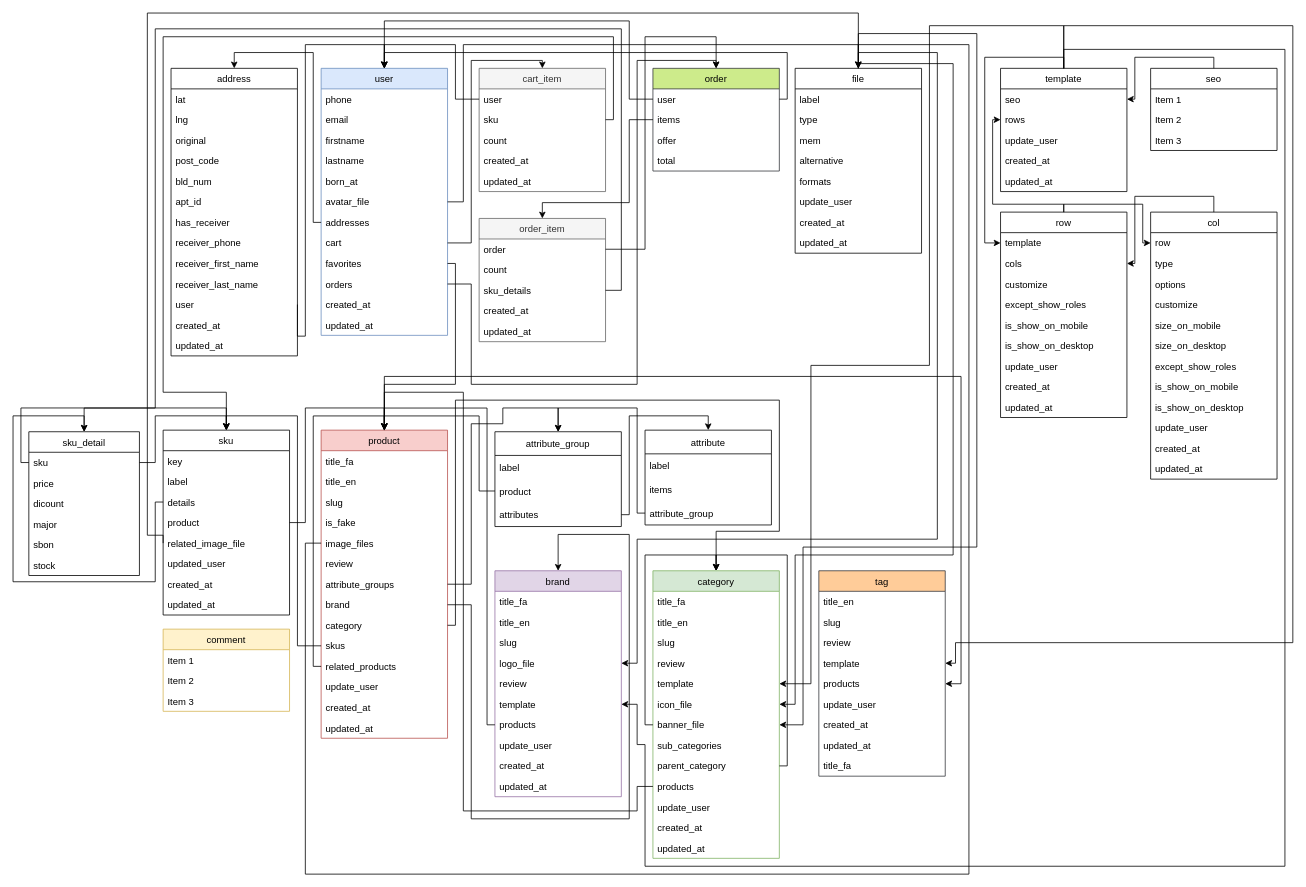
47vigen/47vigen keeps this draw.io diagram as Untitled Diagram.drawio. Above is the earlier version. Source tidied: cells renumbered, new cells numbered last; positions are measured from the earlier drawing's top-left corner, leaving out a move shared by most shapes. Both pictures are drawn from the tidied source at 79%, with x=0, y=0 at pixel (13, 13).
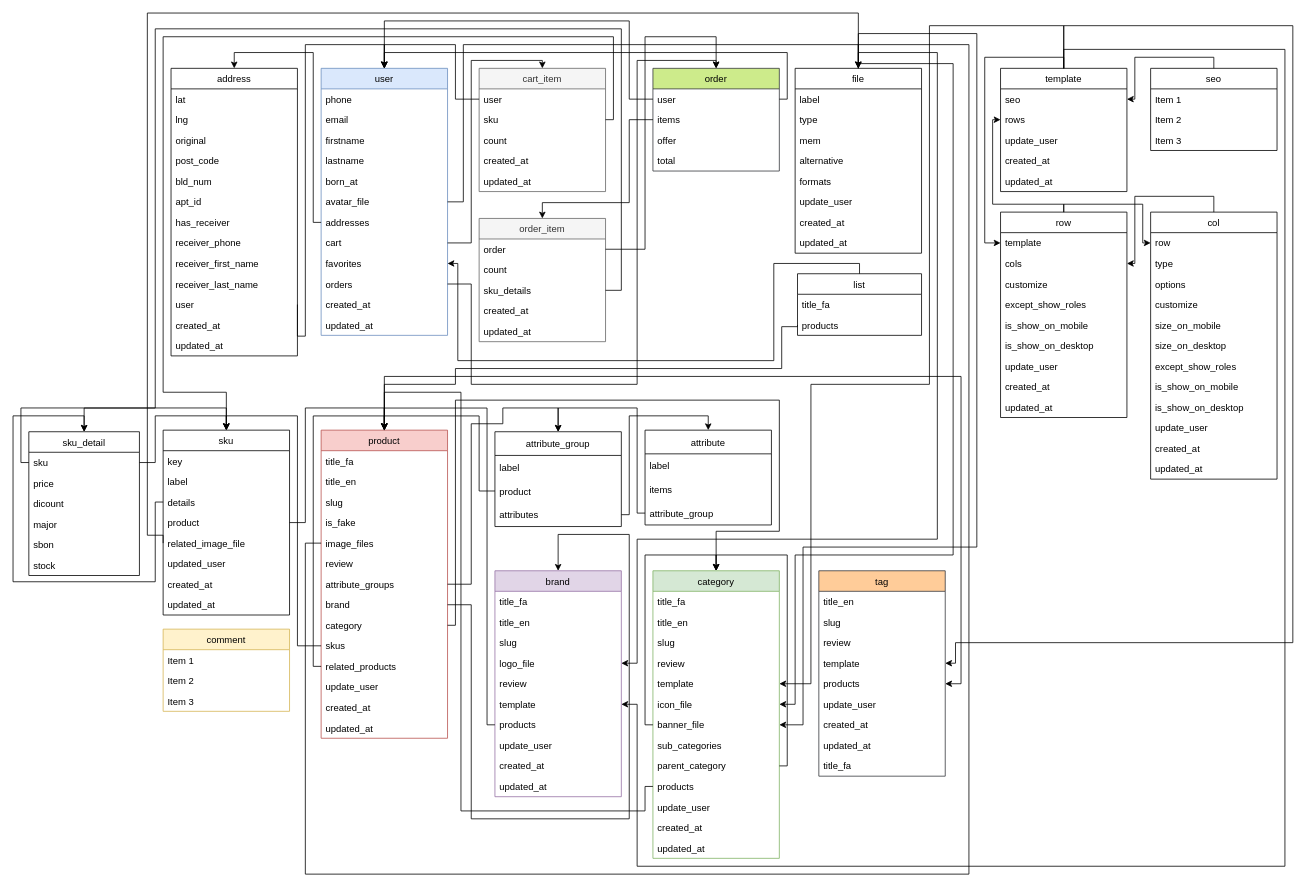
Above is the later version.

The change refers to these unchanged cells:
```xml
<mxCell id="7" value="template" style="text;strokeColor=none;fillColor=none;align=left;verticalAlign=top;spacingLeft=4;spacingRight=4;overflow=hidden;points=[[0,0.5],[1,0.5]];portConstraint=eastwest;" parent="2" vertex="1">
  <mxGeometry y="130" width="160" height="26" as="geometry" />
</mxCell>
<mxCell id="13" value="products" style="text;strokeColor=none;fillColor=none;align=left;verticalAlign=top;spacingLeft=4;spacingRight=4;overflow=hidden;points=[[0,0.5],[1,0.5]];portConstraint=eastwest;" parent="2" vertex="1">
  <mxGeometry y="260" width="160" height="26" as="geometry" />
</mxCell>
<mxCell id="28" value="template" style="text;strokeColor=none;fillColor=none;align=left;verticalAlign=top;spacingLeft=4;spacingRight=4;overflow=hidden;points=[[0,0.5],[1,0.5]];portConstraint=eastwest;" parent="22" vertex="1">
  <mxGeometry y="156" width="160" height="26" as="geometry" />
</mxCell>
<mxCell id="67" value="product" style="swimlane;fontStyle=0;horizontal=1;startSize=26;fillColor=#f8cecc;strokeColor=#b85450;" parent="1" vertex="1">
  <mxGeometry x="390" y="528" width="160" height="390" as="geometry" />
</mxCell>
<mxCell id="132" value="favorites" style="text;strokeColor=none;fillColor=none;align=left;verticalAlign=top;spacingLeft=4;spacingRight=4;overflow=hidden;points=[[0,0.5],[1,0.5]];portConstraint=eastwest;" parent="123" vertex="1">
  <mxGeometry y="234" width="160" height="26" as="geometry" />
</mxCell>
<mxCell id="168" value="template" style="swimlane;fontStyle=0;horizontal=1;startSize=26;fillColor=none;" parent="1" vertex="1">
  <mxGeometry x="1250" y="70" width="160" height="156" as="geometry" />
</mxCell>
```

The edit, as a diff of the source:
```diff
@@
     <mxCell id="102" style="edgeStyle=orthogonalEdgeStyle;rounded=0;jettySize=auto;html=1;exitX=0;exitY=0.5;exitDx=0;exitDy=0;entryX=0.5;entryY=0;entryDx=0;entryDy=0;" parent="1" edge="1" source="13" target="67">
       <mxGeometry relative="1" as="geometry">
         <Array as="points">
-          <mxPoint x="790" y="979" />
-          <mxPoint x="790" y="1010" />
-          <mxPoint x="570" y="1010" />
-          <mxPoint x="570" y="480" />
+          <mxPoint x="800" y="979" />
+          <mxPoint x="800" y="1010" />
+          <mxPoint x="567" y="1010" />
+          <mxPoint x="567" y="480" />
           <mxPoint x="470" y="480" />
         </Array>
       </mxGeometry>
     </mxCell>
@@
-    <mxCell id="144" style="edgeStyle=orthogonalEdgeStyle;rounded=0;jettySize=auto;html=1;exitX=1;exitY=0.5;exitDx=0;exitDy=0;entryX=0.5;entryY=0;entryDx=0;entryDy=0;" parent="1" edge="1" source="132" target="67">
+    <mxCell id="144" style="edgeStyle=orthogonalEdgeStyle;rounded=0;jettySize=auto;html=1;entryX=0.5;entryY=0;entryDx=0;entryDy=0;exitX=0;exitY=0.5;exitDx=0;exitDy=0;" parent="1" edge="1" source="211" target="67">
       <mxGeometry relative="1" as="geometry">
         <Array as="points">
-          <mxPoint x="560" y="317" />
+          <mxPoint x="993" y="397" />
+          <mxPoint x="973" y="397" />
+          <mxPoint x="973" y="450" />
+          <mxPoint x="560" y="450" />
           <mxPoint x="560" y="470" />
           <mxPoint x="470" y="470" />
         </Array>
       </mxGeometry>
     </mxCell>
@@
     <mxCell id="206" style="edgeStyle=orthogonalEdgeStyle;rounded=0;jettySize=auto;html=1;exitX=1;exitY=0.5;exitDx=0;exitDy=0;startArrow=classic;startFill=1;endArrow=none;endFill=0;entryX=0.5;entryY=0;entryDx=0;entryDy=0;" parent="1" edge="1" source="28" target="168">
       <mxGeometry relative="1" as="geometry">
         <Array as="points">
           <mxPoint x="790" y="875" />
-          <mxPoint x="790" y="926" />
-          <mxPoint x="800" y="926" />
-          <mxPoint x="800" y="1080" />
+          <mxPoint x="790" y="1080" />
           <mxPoint x="1610" y="1080" />
           <mxPoint x="1610" y="46" />
           <mxPoint x="1330" y="46" />
         </Array>
       </mxGeometry>
     </mxCell>
     <mxCell id="207" style="edgeStyle=orthogonalEdgeStyle;rounded=0;jettySize=auto;html=1;exitX=1;exitY=0.5;exitDx=0;exitDy=0;entryX=0.5;entryY=0;entryDx=0;entryDy=0;startArrow=classic;startFill=1;endArrow=none;endFill=0;" parent="1" edge="1" source="7" target="168">
       <mxGeometry relative="1" as="geometry">
         <Array as="points">
           <mxPoint x="1010" y="849" />
-          <mxPoint x="1010" y="446" />
-          <mxPoint x="1160" y="446" />
+          <mxPoint x="1010" y="470" />
+          <mxPoint x="1160" y="470" />
           <mxPoint x="1160" y="16" />
           <mxPoint x="1330" y="16" />
         </Array>
       </mxGeometry>
     </mxCell>
@@
+    <mxCell id="209" value="list" style="swimlane;fontStyle=0;horizontal=1;startSize=26;fillColor=none;" parent="1" vertex="1">
+      <mxGeometry x="993" y="330" width="157" height="78" as="geometry" />
+    </mxCell>
+    <mxCell id="210" value="title_fa" style="text;strokeColor=none;fillColor=none;align=left;verticalAlign=top;spacingLeft=4;spacingRight=4;overflow=hidden;" parent="209" vertex="1">
+      <mxGeometry y="26" width="157" height="26" as="geometry" />
+    </mxCell>
+    <mxCell id="211" value="products" style="text;strokeColor=none;fillColor=none;align=left;verticalAlign=top;spacingLeft=4;spacingRight=4;overflow=hidden;points=[[0,0.5],[1,0.5]];portConstraint=eastwest;" parent="209" vertex="1">
+      <mxGeometry y="52" width="157" height="26" as="geometry" />
+    </mxCell>
+    <mxCell id="212" style="edgeStyle=orthogonalEdgeStyle;rounded=0;jettySize=auto;html=1;exitX=1;exitY=0.5;exitDx=0;exitDy=0;entryX=0.5;entryY=0;entryDx=0;entryDy=0;startArrow=classic;startFill=1;endArrow=none;endFill=0;" parent="1" edge="1" source="132" target="209">
+      <mxGeometry relative="1" as="geometry">
+        <Array as="points">
+          <mxPoint x="563" y="317" />
+          <mxPoint x="563" y="440" />
+          <mxPoint x="963" y="440" />
+          <mxPoint x="963" y="317" />
+          <mxPoint x="1072" y="317" />
+        </Array>
+      </mxGeometry>
+    </mxCell>
```
